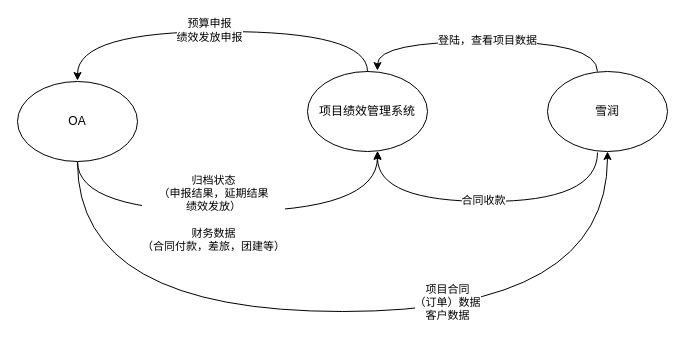
Before: page "上下文关系图" (2 of 11) of shrine-doc/项目绩效总体流程.drawio in easefulfil/CLOUDCARE, a draw.io diagram. Source tidied: cells renumbered, new cells numbered last; positions are measured from the earlier drawing's top-left corner, leaving out a move shared by most shapes. Both pictures are drawn from the tidied source at 100%, with x=0, y=0 at pixel (17, 31).
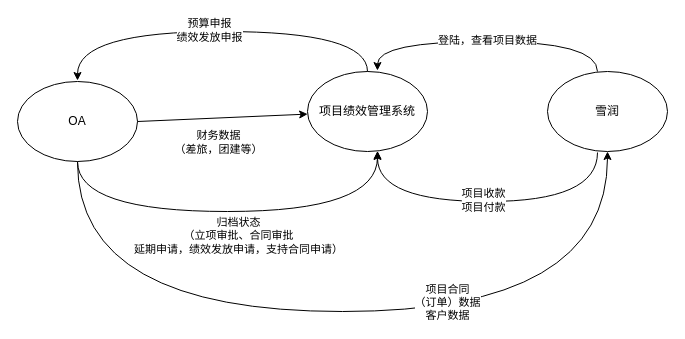
The same page after the edit.

Commit message:
更新项目绩效总体流程.drawio

The change refers to these unchanged cells:
```xml
<mxCell id="2" value="OA" style="ellipse;whiteSpace=wrap;html=1;" parent="1" vertex="1">
  <mxGeometry y="50" width="120" height="80" as="geometry" />
</mxCell>
<mxCell id="3" value="项目绩效管理系统" style="ellipse;whiteSpace=wrap;html=1;" parent="1" vertex="1">
  <mxGeometry x="290" y="40" width="120" height="80" as="geometry" />
</mxCell>
<mxCell id="4" style="curved=1;endArrow=classic;html=1;rounded=0;edgeStyle=orthogonalEdgeStyle;exitX=0.5;exitY=1;exitDx=0;exitDy=0;" parent="1" edge="1" source="2" target="3">
  <mxGeometry relative="1" as="geometry">
    <Array as="points">
      <mxPoint x="60" y="180" />
      <mxPoint x="360" y="180" />
    </Array>
  </mxGeometry>
</mxCell>
<mxCell id="13" style="curved=1;endArrow=classic;html=1;rounded=0;edgeStyle=orthogonalEdgeStyle;entryX=0.583;entryY=-0.012;entryDx=0;entryDy=0;entryPerimeter=0;" parent="1" edge="1">
  <mxGeometry relative="1" as="geometry">
    <mxPoint x="580" y="121" as="sourcePoint" />
    <mxPoint x="360" y="120" as="targetPoint" />
    <Array as="points">
      <mxPoint x="580" y="170" />
      <mxPoint x="360" y="170" />
    </Array>
  </mxGeometry>
</mxCell>
```

Diff of the diagram source:
```diff
@@
-    <mxCell id="5" value="归档状态&lt;br&gt;（申报结果，延期结果&lt;br&gt;绩效发放）&lt;br&gt;&lt;br&gt;财务数据 &lt;br&gt;（合同付款，差旅，团建等）" style="edgeLabel;html=1;align=center;verticalAlign=middle;" parent="4" vertex="1">
-      <mxGeometry x="-0.1" y="-1" relative="1" as="geometry" />
+    <mxCell id="5" value="归档状态&lt;br&gt;（立项审批、合同审批&lt;br&gt;延期申请，绩效发放申请，支持合同申请）&lt;br&gt;&lt;br&gt;" style="edgeLabel;html=1;align=center;verticalAlign=middle;" parent="4" vertex="1">
+      <mxGeometry x="-0.1" y="-1" relative="1" as="geometry">
+        <mxPoint x="25" y="29" as="offset" />
+      </mxGeometry>
     </mxCell>
@@
-    <mxCell id="14" value="合同收款" style="edgeLabel;html=1;align=center;verticalAlign=middle;" parent="13" vertex="1">
+    <mxCell id="14" value="项目收款&lt;br&gt;项目付款" style="edgeLabel;html=1;align=center;verticalAlign=middle;" parent="13" vertex="1">
       <mxGeometry x="0.16" y="-2" relative="1" as="geometry">
         <mxPoint x="21" as="offset" />
       </mxGeometry>
     </mxCell>
+    <mxCell id="15" style="endArrow=classic;html=1;rounded=0;exitX=1;exitY=0.5;exitDx=0;exitDy=0;" parent="1" edge="1" source="2" target="3">
+      <mxGeometry relative="1" as="geometry" />
+    </mxCell>
+    <mxCell id="16" value="财务数据&lt;br style=&quot;border-color: var(--border-color);&quot;&gt;（差旅，团建等）" style="edgeLabel;html=1;align=center;verticalAlign=middle;" parent="15" vertex="1">
+      <mxGeometry x="0.22" y="-3" relative="1" as="geometry">
+        <mxPoint x="-24" y="22" as="offset" />
+      </mxGeometry>
+    </mxCell>
```
